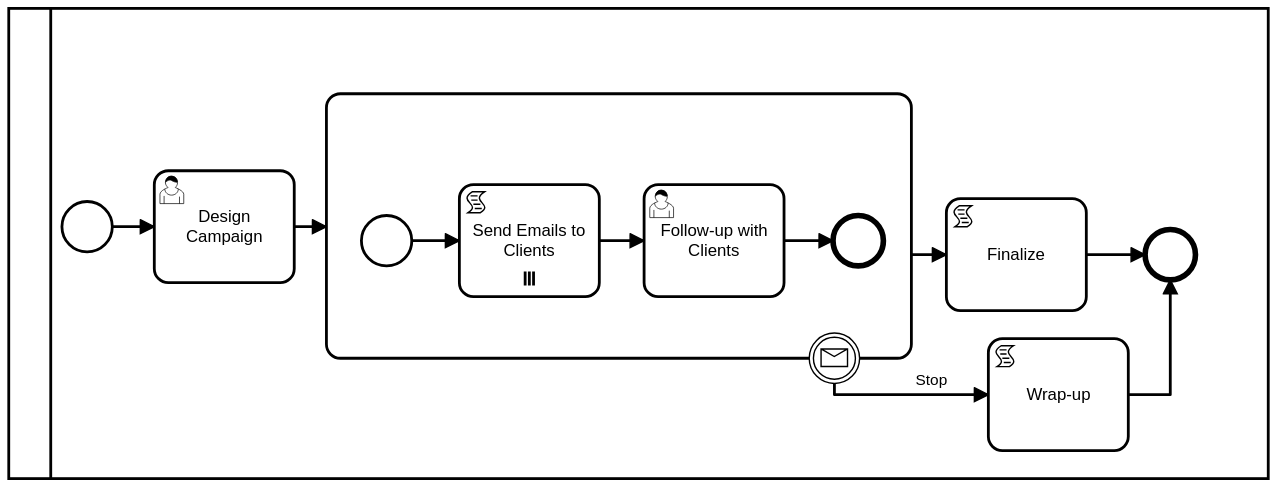
bpmnServer/bpmn-web keeps this BPMN diagram as processes/SubProcess.svg. Above is the earlier version. Its source is kept beside it as processes/SubProcess.bpmn. Ids are renumbered. Its diagram source:
```xml
<bpmn2:definitions xmlns:xsi="http://www.w3.org/2001/XMLSchema-instance" xmlns:bpmn2="http://www.omg.org/spec/BPMN/20100524/MODEL" xmlns:bpmndi="http://www.omg.org/spec/BPMN/20100524/DI" xmlns:dc="http://www.omg.org/spec/DD/20100524/DC" xmlns:di="http://www.omg.org/spec/DD/20100524/DI" xmlns:camunda="http://camunda.org/schema/1.0/bpmn" id="sample-diagram" targetNamespace="http://bpmn.io/schema/bpmn" xsi:schemaLocation="http://www.omg.org/spec/BPMN/20100524/MODEL BPMN20.xsd">
  <bpmn2:collaboration id="Collaboration_n1">
    <bpmn2:participant id="Participant_n2" processRef="Process_1" />
  </bpmn2:collaboration>
  <bpmn2:process id="Process_1" isExecutable="false">
    <bpmn2:startEvent id="StartEvent_n3">
      <bpmn2:extensionElements>
        <camunda:executionListener event="start">
          <camunda:script scriptFormat="JavaScript">data.clients=["a","b","c"];</camunda:script>
        </camunda:executionListener>
      </bpmn2:extensionElements>
      <bpmn2:outgoing>SequenceFlow_n4</bpmn2:outgoing>
    </bpmn2:startEvent>
    <bpmn2:subProcess id="task_subProcess">
      <bpmn2:extensionElements>
        <camunda:inputOutput>
          <camunda:inputParameter name="clients">[1,2,3]</camunda:inputParameter>
        </camunda:inputOutput>
      </bpmn2:extensionElements>
      <bpmn2:incoming>SequenceFlow_n5</bpmn2:incoming>
      <bpmn2:outgoing>Flow_n6</bpmn2:outgoing>
      <bpmn2:startEvent id="sub_StartEvent">
        <bpmn2:extensionElements>
          <camunda:executionListener event="start">
            <camunda:script scriptFormat="JavaScript">data.clients=[1,2,3];
console.log('sub data',data);</camunda:script>
          </camunda:executionListener>
        </bpmn2:extensionElements>
        <bpmn2:outgoing>SequenceFlow_n7</bpmn2:outgoing>
      </bpmn2:startEvent>
      <bpmn2:endEvent id="sub_endEvent">
        <bpmn2:incoming>SequenceFlow_n8</bpmn2:incoming>
      </bpmn2:endEvent>
      <bpmn2:sequenceFlow id="SequenceFlow_n9" sourceRef="sub_task_1" targetRef="sub_usertask_2" />
      <bpmn2:scriptTask id="sub_task_1" name="Send Emails to Clients">
        <bpmn2:incoming>SequenceFlow_n7</bpmn2:incoming>
        <bpmn2:outgoing>SequenceFlow_n9</bpmn2:outgoing>
        <bpmn2:multiInstanceLoopCharacteristics camunda:collection="$(this.data.clients)" />
      </bpmn2:scriptTask>
      <bpmn2:sequenceFlow id="SequenceFlow_n8" sourceRef="sub_usertask_2" targetRef="sub_endEvent" />
      <bpmn2:userTask id="sub_usertask_2" name="Follow-up with Clients">
        <bpmn2:incoming>SequenceFlow_n9</bpmn2:incoming>
        <bpmn2:outgoing>SequenceFlow_n8</bpmn2:outgoing>
      </bpmn2:userTask>
      <bpmn2:sequenceFlow id="SequenceFlow_n7" sourceRef="sub_StartEvent" targetRef="sub_task_1" />
    </bpmn2:subProcess>
    <bpmn2:userTask id="Task_design" name="Design Campaign">
      <bpmn2:extensionElements>
        <camunda:executionListener event="start">
          <camunda:script scriptFormat="JavaScript">console.log('data',this.data);</camunda:script>
        </camunda:executionListener>
      </bpmn2:extensionElements>
      <bpmn2:incoming>SequenceFlow_n4</bpmn2:incoming>
      <bpmn2:outgoing>SequenceFlow_n5</bpmn2:outgoing>
    </bpmn2:userTask>
    <bpmn2:sequenceFlow id="SequenceFlow_n4" sourceRef="StartEvent_n3" targetRef="Task_design" />
    <bpmn2:sequenceFlow id="SequenceFlow_n5" sourceRef="Task_design" targetRef="task_subProcess" />
    <bpmn2:sequenceFlow id="Flow_n6" sourceRef="task_subProcess" targetRef="Activity_n10" />
    <bpmn2:sequenceFlow id="Flow_n11" sourceRef="Activity_n10" targetRef="EndEvent_n12" />
    <bpmn2:endEvent id="EndEvent_n12">
      <bpmn2:extensionElements>
        <camunda:executionListener event="start">
          <camunda:script scriptFormat="JavaScript">console.log('end main proc',data);</camunda:script>
        </camunda:executionListener>
      </bpmn2:extensionElements>
      <bpmn2:incoming>Flow_n11</bpmn2:incoming>
      <bpmn2:incoming>Flow_n13</bpmn2:incoming>
    </bpmn2:endEvent>
    <bpmn2:sequenceFlow id="Flow_n14" name="Stop" sourceRef="Event_n15" targetRef="Activity_n16" />
    <bpmn2:boundaryEvent id="Event_n15" attachedToRef="task_subProcess">
      <bpmn2:outgoing>Flow_n14</bpmn2:outgoing>
      <bpmn2:messageEventDefinition id="MessageEventDefinition_n17" messageRef="Message_n18" />
    </bpmn2:boundaryEvent>
    <bpmn2:sequenceFlow id="Flow_n13" sourceRef="Activity_n16" targetRef="EndEvent_n12" />
    <bpmn2:scriptTask id="Activity_n10" name="Finalize">
      <bpmn2:incoming>Flow_n6</bpmn2:incoming>
      <bpmn2:outgoing>Flow_n11</bpmn2:outgoing>
    </bpmn2:scriptTask>
    <bpmn2:scriptTask id="Activity_n16" name="Wrap-up">
      <bpmn2:incoming>Flow_n14</bpmn2:incoming>
      <bpmn2:outgoing>Flow_n13</bpmn2:outgoing>
    </bpmn2:scriptTask>
  </bpmn2:process>
  <bpmn2:message id="Message_n18" name="Cancel_Campaign" />
  <bpmndi:BPMNDiagram id="BPMNDiagram_1">
    <bpmndi:BPMNPlane id="BPMNPlane_1" bpmnElement="Collaboration_n1">
      <bpmndi:BPMNShape id="Participant_n2_di" bpmnElement="Participant_n2" isHorizontal="true">
        <dc:Bounds x="140" y="14" width="900" height="336" />
      </bpmndi:BPMNShape>
      <bpmndi:BPMNEdge id="Flow_n14_di" bpmnElement="Flow_n14">
        <di:waypoint x="730" y="282" />
        <di:waypoint x="730" y="290" />
        <di:waypoint x="840" y="290" />
        <bpmndi:BPMNLabel>
          <dc:Bounds x="788" y="273" width="23" height="14" />
        </bpmndi:BPMNLabel>
      </bpmndi:BPMNEdge>
      <bpmndi:BPMNEdge id="Flow_n11_di" bpmnElement="Flow_n11">
        <di:waypoint x="910" y="190" />
        <di:waypoint x="952" y="190" />
      </bpmndi:BPMNEdge>
      <bpmndi:BPMNEdge id="Flow_n6_di" bpmnElement="Flow_n6">
        <di:waypoint x="785" y="190" />
        <di:waypoint x="810" y="190" />
      </bpmndi:BPMNEdge>
      <bpmndi:BPMNEdge id="SequenceFlow_n5_di" bpmnElement="SequenceFlow_n5">
        <di:waypoint x="344" y="170" />
        <di:waypoint x="367" y="170" />
        <bpmndi:BPMNLabel>
          <dc:Bounds x="311" y="149" width="90" height="12" />
        </bpmndi:BPMNLabel>
      </bpmndi:BPMNEdge>
      <bpmndi:BPMNEdge id="SequenceFlow_n4_di" bpmnElement="SequenceFlow_n4">
        <di:waypoint x="214" y="170" />
        <di:waypoint x="244" y="170" />
        <bpmndi:BPMNLabel>
          <dc:Bounds x="184" y="149" width="90" height="12" />
        </bpmndi:BPMNLabel>
      </bpmndi:BPMNEdge>
      <bpmndi:BPMNEdge id="Flow_n13_di" bpmnElement="Flow_n13">
        <di:waypoint x="940" y="290" />
        <di:waypoint x="970" y="290" />
        <di:waypoint x="970" y="208" />
      </bpmndi:BPMNEdge>
      <bpmndi:BPMNShape id="StartEvent_n3_di" bpmnElement="StartEvent_n3">
        <dc:Bounds x="178" y="152" width="36" height="36" />
        <bpmndi:BPMNLabel>
          <dc:Bounds x="151" y="192" width="90" height="12" />
        </bpmndi:BPMNLabel>
      </bpmndi:BPMNShape>
      <bpmndi:BPMNShape id="Activity_1bsd6nr_di" bpmnElement="Activity_n10">
        <dc:Bounds x="810" y="150" width="100" height="80" />
      </bpmndi:BPMNShape>
      <bpmndi:BPMNShape id="Activity_1us56p3_di" bpmnElement="Activity_n16">
        <dc:Bounds x="840" y="250" width="100" height="80" />
      </bpmndi:BPMNShape>
      <bpmndi:BPMNShape id="SubProcess_1n2k7z1_di" bpmnElement="task_subProcess" isExpanded="true">
        <dc:Bounds x="367" y="75" width="418" height="189" />
      </bpmndi:BPMNShape>
      <bpmndi:BPMNEdge id="SequenceFlow_n7_di" bpmnElement="SequenceFlow_n7">
        <di:waypoint x="428" y="180" />
        <di:waypoint x="462" y="180" />
        <bpmndi:BPMNLabel>
          <dc:Bounds x="400" y="159" width="90" height="12" />
        </bpmndi:BPMNLabel>
      </bpmndi:BPMNEdge>
      <bpmndi:BPMNEdge id="SequenceFlow_n8_di" bpmnElement="SequenceFlow_n8">
        <di:waypoint x="694" y="180" />
        <di:waypoint x="729" y="180" />
        <bpmndi:BPMNLabel>
          <dc:Bounds x="667" y="159" width="90" height="12" />
        </bpmndi:BPMNLabel>
      </bpmndi:BPMNEdge>
      <bpmndi:BPMNEdge id="SequenceFlow_n9_di" bpmnElement="SequenceFlow_n9">
        <di:waypoint x="562" y="180" />
        <di:waypoint x="594" y="180" />
        <bpmndi:BPMNLabel>
          <dc:Bounds x="533" y="159" width="90" height="12" />
        </bpmndi:BPMNLabel>
      </bpmndi:BPMNEdge>
      <bpmndi:BPMNShape id="sub_StartEvent_di" bpmnElement="sub_StartEvent">
        <dc:Bounds x="392" y="162" width="36" height="36" />
        <bpmndi:BPMNLabel>
          <dc:Bounds x="365" y="202" width="90" height="12" />
        </bpmndi:BPMNLabel>
      </bpmndi:BPMNShape>
      <bpmndi:BPMNShape id="sub_endEvent_di" bpmnElement="sub_endEvent">
        <dc:Bounds x="729" y="162" width="36" height="36" />
        <bpmndi:BPMNLabel>
          <dc:Bounds x="702" y="202" width="90" height="12" />
        </bpmndi:BPMNLabel>
      </bpmndi:BPMNShape>
      <bpmndi:BPMNShape id="ScriptTask_0jwnlkn_di" bpmnElement="sub_task_1">
        <dc:Bounds x="462" y="140" width="100" height="80" />
      </bpmndi:BPMNShape>
      <bpmndi:BPMNShape id="UserTask_1rwwtjj_di" bpmnElement="sub_usertask_2">
        <dc:Bounds x="594" y="140" width="100" height="80" />
      </bpmndi:BPMNShape>
      <bpmndi:BPMNShape id="UserTask_121jsnk_di" bpmnElement="Task_design">
        <dc:Bounds x="244" y="130" width="100" height="80" />
      </bpmndi:BPMNShape>
      <bpmndi:BPMNShape id="EndEvent_n12_di" bpmnElement="EndEvent_n12">
        <dc:Bounds x="952" y="172" width="36" height="36" />
        <bpmndi:BPMNLabel>
          <dc:Bounds x="790" y="192" width="90" height="12" />
        </bpmndi:BPMNLabel>
      </bpmndi:BPMNShape>
      <bpmndi:BPMNShape id="Event_1ydqp59_di" bpmnElement="Event_n15">
        <dc:Bounds x="712" y="246" width="36" height="36" />
      </bpmndi:BPMNShape>
    </bpmndi:BPMNPlane>
  </bpmndi:BPMNDiagram>
</bpmn2:definitions>
```
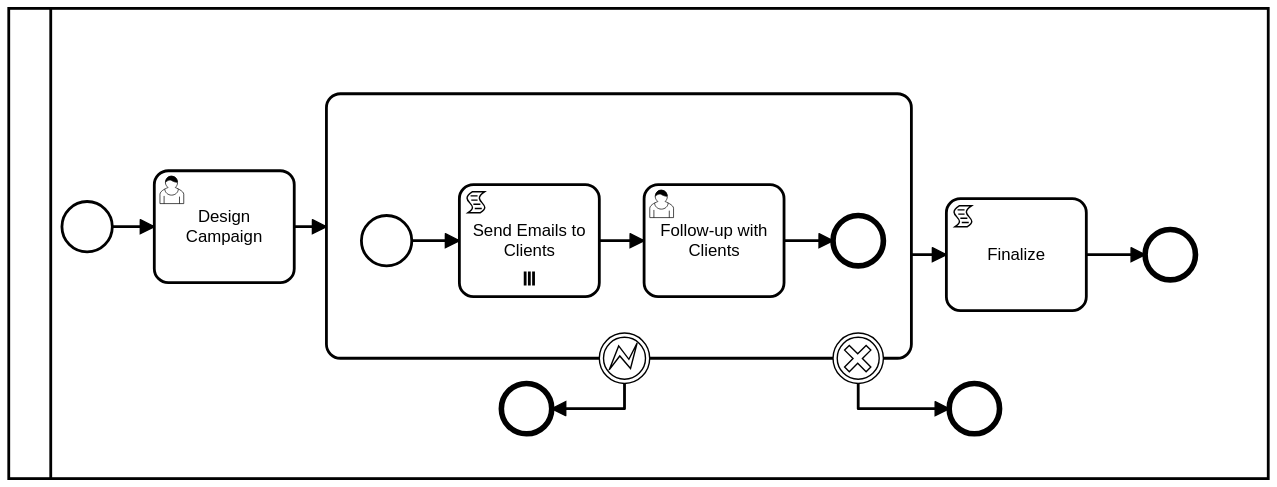
After the commit.

The edit, as a diff of the source:
```diff
@@ -64,22 +64,27 @@
         </camunda:executionListener>
       </bpmn2:extensionElements>
       <bpmn2:incoming>Flow_n11</bpmn2:incoming>
-      <bpmn2:incoming>Flow_n13</bpmn2:incoming>
     </bpmn2:endEvent>
-    <bpmn2:sequenceFlow id="Flow_n14" name="Stop" sourceRef="Event_n15" targetRef="Activity_n16" />
-    <bpmn2:boundaryEvent id="Event_n15" attachedToRef="task_subProcess">
-      <bpmn2:outgoing>Flow_n14</bpmn2:outgoing>
-      <bpmn2:messageEventDefinition id="MessageEventDefinition_n17" messageRef="Message_n18" />
-    </bpmn2:boundaryEvent>
-    <bpmn2:sequenceFlow id="Flow_n13" sourceRef="Activity_n16" targetRef="EndEvent_n12" />
     <bpmn2:scriptTask id="Activity_n10" name="Finalize">
       <bpmn2:incoming>Flow_n6</bpmn2:incoming>
       <bpmn2:outgoing>Flow_n11</bpmn2:outgoing>
     </bpmn2:scriptTask>
-    <bpmn2:scriptTask id="Activity_n16" name="Wrap-up">
-      <bpmn2:incoming>Flow_n14</bpmn2:incoming>
-      <bpmn2:outgoing>Flow_n13</bpmn2:outgoing>
-    </bpmn2:scriptTask>
+    <bpmn2:endEvent id="Event_n19">
+      <bpmn2:incoming>Flow_n20</bpmn2:incoming>
+    </bpmn2:endEvent>
+    <bpmn2:sequenceFlow id="Flow_n20" sourceRef="Event_cancel" targetRef="Event_n19" />
+    <bpmn2:boundaryEvent id="Event_cancel" attachedToRef="task_subProcess">
+      <bpmn2:outgoing>Flow_n20</bpmn2:outgoing>
+      <bpmn2:cancelEventDefinition id="CancelEventDefinition_n21" />
+    </bpmn2:boundaryEvent>
+    <bpmn2:endEvent id="Event_n22">
+      <bpmn2:incoming>Flow_n23</bpmn2:incoming>
+    </bpmn2:endEvent>
+    <bpmn2:sequenceFlow id="Flow_n23" sourceRef="Event_n24" targetRef="Event_n22" />
+    <bpmn2:boundaryEvent id="Event_n24" attachedToRef="task_subProcess">
+      <bpmn2:outgoing>Flow_n23</bpmn2:outgoing>
+      <bpmn2:errorEventDefinition id="ErrorEventDefinition_n25" />
+    </bpmn2:boundaryEvent>
   </bpmn2:process>
   <bpmn2:message id="Message_n18" name="Cancel_Campaign" />
   <bpmndi:BPMNDiagram id="BPMNDiagram_1">
@@ -87,13 +92,10 @@
       <bpmndi:BPMNShape id="Participant_n2_di" bpmnElement="Participant_n2" isHorizontal="true">
         <dc:Bounds x="140" y="14" width="900" height="336" />
       </bpmndi:BPMNShape>
-      <bpmndi:BPMNEdge id="Flow_n14_di" bpmnElement="Flow_n14">
-        <di:waypoint x="730" y="282" />
-        <di:waypoint x="730" y="290" />
-        <di:waypoint x="840" y="290" />
-        <bpmndi:BPMNLabel>
-          <dc:Bounds x="788" y="273" width="23" height="14" />
-        </bpmndi:BPMNLabel>
+      <bpmndi:BPMNEdge id="Flow_n20_di" bpmnElement="Flow_n20">
+        <di:waypoint x="747" y="282" />
+        <di:waypoint x="747" y="300" />
+        <di:waypoint x="812" y="300" />
       </bpmndi:BPMNEdge>
       <bpmndi:BPMNEdge id="Flow_n11_di" bpmnElement="Flow_n11">
         <di:waypoint x="910" y="190" />
@@ -117,10 +119,10 @@
           <dc:Bounds x="184" y="149" width="90" height="12" />
         </bpmndi:BPMNLabel>
       </bpmndi:BPMNEdge>
-      <bpmndi:BPMNEdge id="Flow_n13_di" bpmnElement="Flow_n13">
-        <di:waypoint x="940" y="290" />
-        <di:waypoint x="970" y="290" />
-        <di:waypoint x="970" y="208" />
+      <bpmndi:BPMNEdge id="Flow_n23_di" bpmnElement="Flow_n23">
+        <di:waypoint x="580" y="282" />
+        <di:waypoint x="580" y="300" />
+        <di:waypoint x="528" y="300" />
       </bpmndi:BPMNEdge>
       <bpmndi:BPMNShape id="StartEvent_n3_di" bpmnElement="StartEvent_n3">
         <dc:Bounds x="178" y="152" width="36" height="36" />
@@ -128,11 +130,8 @@
           <dc:Bounds x="151" y="192" width="90" height="12" />
         </bpmndi:BPMNLabel>
       </bpmndi:BPMNShape>
-      <bpmndi:BPMNShape id="Activity_1bsd6nr_di" bpmnElement="Activity_n10">
-        <dc:Bounds x="810" y="150" width="100" height="80" />
-      </bpmndi:BPMNShape>
-      <bpmndi:BPMNShape id="Activity_1us56p3_di" bpmnElement="Activity_n16">
-        <dc:Bounds x="840" y="250" width="100" height="80" />
+      <bpmndi:BPMNShape id="Event_n22_di" bpmnElement="Event_n22">
+        <dc:Bounds x="492" y="282" width="36" height="36" />
       </bpmndi:BPMNShape>
       <bpmndi:BPMNShape id="SubProcess_1n2k7z1_di" bpmnElement="task_subProcess" isExpanded="true">
         <dc:Bounds x="367" y="75" width="418" height="189" />
@@ -185,8 +184,17 @@
           <dc:Bounds x="790" y="192" width="90" height="12" />
         </bpmndi:BPMNLabel>
       </bpmndi:BPMNShape>
-      <bpmndi:BPMNShape id="Event_1ydqp59_di" bpmnElement="Event_n15">
-        <dc:Bounds x="712" y="246" width="36" height="36" />
+      <bpmndi:BPMNShape id="Activity_1bsd6nr_di" bpmnElement="Activity_n10">
+        <dc:Bounds x="810" y="150" width="100" height="80" />
+      </bpmndi:BPMNShape>
+      <bpmndi:BPMNShape id="Event_n19_di" bpmnElement="Event_n19">
+        <dc:Bounds x="812" y="282" width="36" height="36" />
+      </bpmndi:BPMNShape>
+      <bpmndi:BPMNShape id="Event_11klfbl_di" bpmnElement="Event_cancel">
+        <dc:Bounds x="729" y="246" width="36" height="36" />
+      </bpmndi:BPMNShape>
+      <bpmndi:BPMNShape id="Event_17q1t6b_di" bpmnElement="Event_n24">
+        <dc:Bounds x="562" y="246" width="36" height="36" />
       </bpmndi:BPMNShape>
     </bpmndi:BPMNPlane>
   </bpmndi:BPMNDiagram>
```
